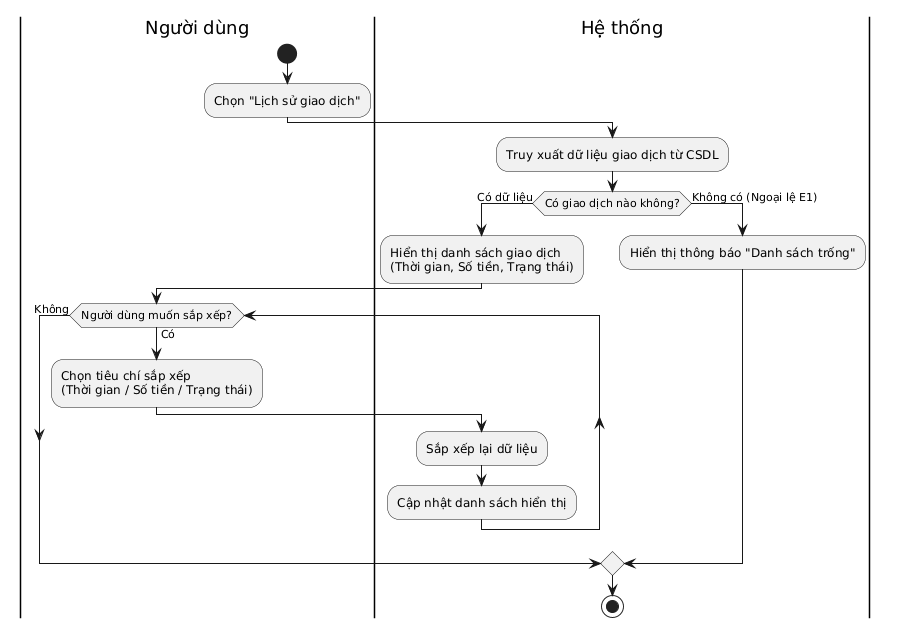
The PlantUML diagram LaTex/pictures/lichsugiaodich.png in KTX-0711/Software-Engineering-Assignment-HK252, before a commit.
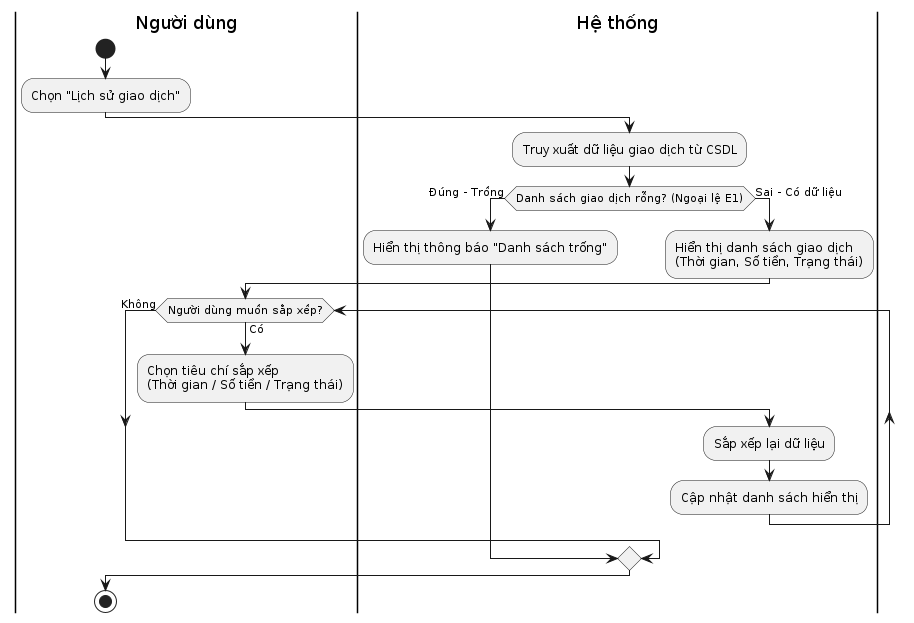
The same file after the commit.

The edit, as a diff of the source:
```diff
@@ -5,23 +5,21 @@
 
 |Hệ thống|
 :Truy xuất dữ liệu giao dịch từ CSDL;
-if (Có giao dịch nào không?) then (Có dữ liệu)
-  :Hiển thị danh sách giao dịch
-  (Thời gian, Số tiền, Trạng thái);
+
+if (Danh sách giao dịch rỗng? (Ngoại lệ E1)) then (Đúng - Trống)
+  :Hiển thị thông báo "Danh sách trống";
+else (Sai - Có dữ liệu)
+  :Hiển thị danh sách giao dịch\n(Thời gian, Số tiền, Trạng thái);
 
   |Người dùng|
   while (Người dùng muốn sắp xếp?) is (Có)
-    :Chọn tiêu chí sắp xếp
-    (Thời gian / Số tiền / Trạng thái);
+    :Chọn tiêu chí sắp xếp\n(Thời gian / Số tiền / Trạng thái);
+
     |Hệ thống|
     :Sắp xếp lại dữ liệu;
     :Cập nhật danh sách hiển thị;
     |Người dùng|
   endwhile (Không)
-
-else (Không có (Ngoại lệ E1))
-  |Hệ thống|
-  :Hiển thị thông báo "Danh sách trống";
 endif
 
 stop
```
